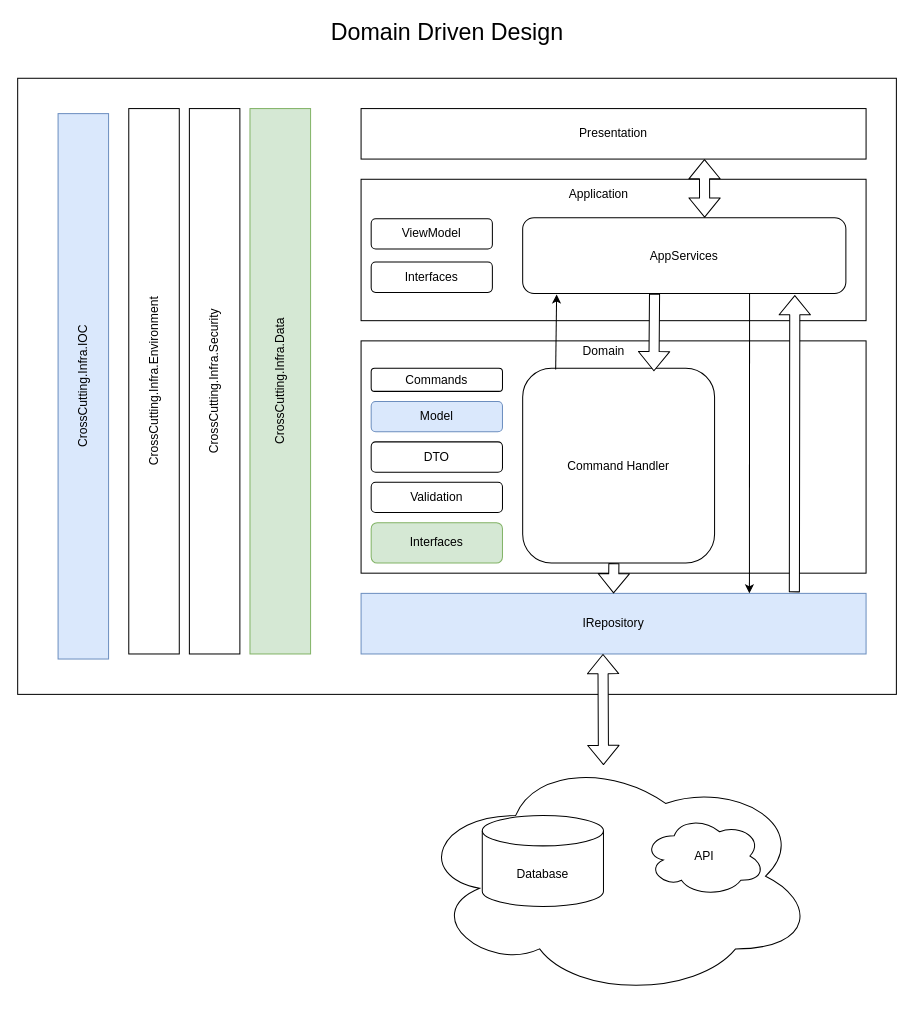
Above: page "DDD" (6 of 9) of docs/Documentation.drawio in jairodemelo/APITest (draw.io), before the change. Source tidied: cells renumbered, new cells numbered last; positions are measured from the earlier drawing's top-left corner, leaving out a move shared by most shapes. Both pictures are drawn from the tidied source at 101%, with x=0, y=0 at pixel (17, 17).
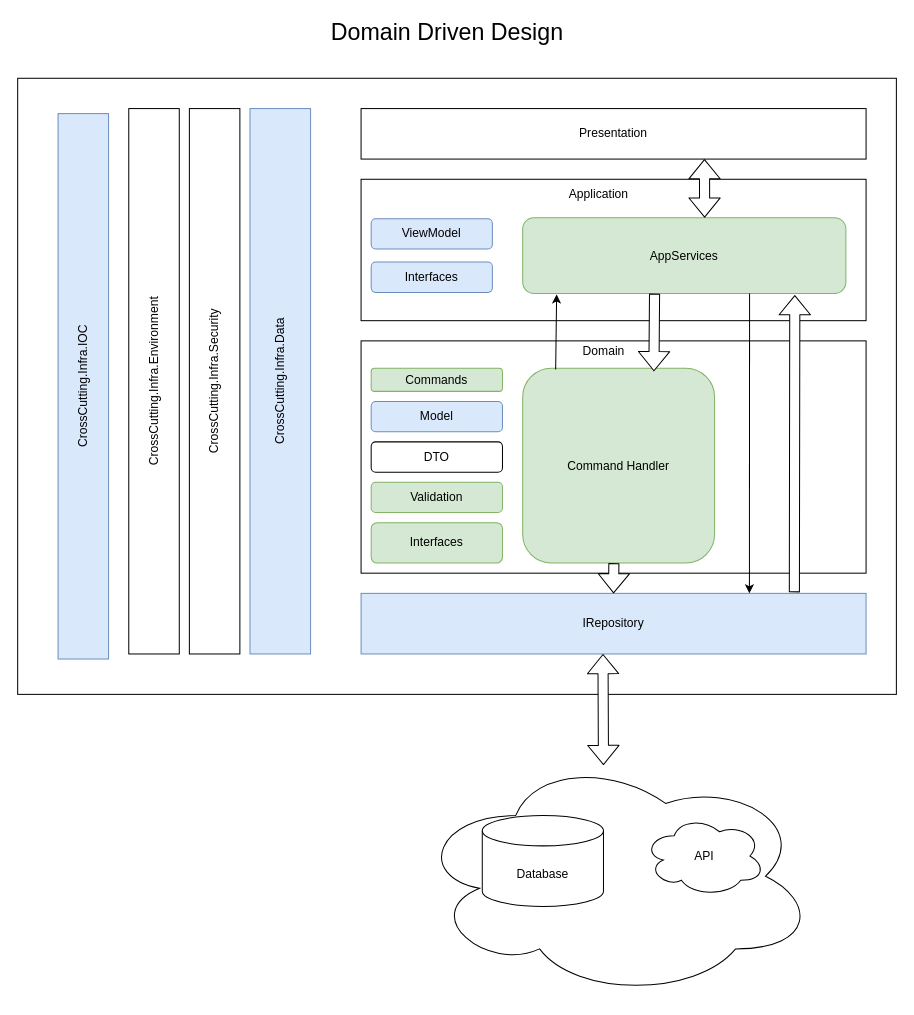
The same page after the edit.

Diff of the diagram source:
```diff
@@
-    <mxCell id="9" value="AppServices" style="rounded=1;whiteSpace=wrap;html=1;fontSize=12;" parent="1" vertex="1">
+    <mxCell id="9" value="AppServices" style="rounded=1;whiteSpace=wrap;html=1;fontSize=12;fillColor=#d5e8d4;strokeColor=#82b366;" parent="1" vertex="1">
       <mxGeometry x="500" y="198" width="320" height="75" as="geometry" />
     </mxCell>
-    <mxCell id="10" value="ViewModel" style="rounded=1;whiteSpace=wrap;html=1;fontSize=12;" parent="1" vertex="1">
+    <mxCell id="10" value="ViewModel" style="rounded=1;whiteSpace=wrap;html=1;fontSize=12;fillColor=#dae8fc;strokeColor=#6c8ebf;" parent="1" vertex="1">
       <mxGeometry x="350" y="199" width="120" height="30" as="geometry" />
     </mxCell>
-    <mxCell id="11" value="Interfaces" style="rounded=1;whiteSpace=wrap;html=1;fontSize=12;" parent="1" vertex="1">
+    <mxCell id="11" value="Interfaces" style="rounded=1;whiteSpace=wrap;html=1;fontSize=12;fillColor=#dae8fc;strokeColor=#6c8ebf;" parent="1" vertex="1">
       <mxGeometry x="350" y="242" width="120" height="30" as="geometry" />
     </mxCell>
@@
-    <mxCell id="16" value="Command Handler" style="rounded=1;whiteSpace=wrap;html=1;fontSize=12;" parent="1" vertex="1">
+    <mxCell id="16" value="Command Handler" style="rounded=1;whiteSpace=wrap;html=1;fontSize=12;fillColor=#d5e8d4;strokeColor=#82b366;" parent="1" vertex="1">
       <mxGeometry x="500" y="347" width="190" height="193" as="geometry" />
     </mxCell>
-    <mxCell id="17" value="Commands" style="rounded=1;whiteSpace=wrap;html=1;fontSize=12;" parent="1" vertex="1">
+    <mxCell id="17" value="Commands" style="rounded=1;whiteSpace=wrap;html=1;fontSize=12;fillColor=#d5e8d4;strokeColor=#82b366;" parent="1" vertex="1">
       <mxGeometry x="350" y="347" width="130" height="23" as="geometry" />
     </mxCell>
-    <mxCell id="18" value="Validation" style="rounded=1;whiteSpace=wrap;html=1;fontSize=12;" parent="1" vertex="1">
+    <mxCell id="18" value="Validation" style="rounded=1;whiteSpace=wrap;html=1;fontSize=12;fillColor=#d5e8d4;strokeColor=#82b366;" parent="1" vertex="1">
       <mxGeometry x="350" y="460" width="130" height="30" as="geometry" />
     </mxCell>
@@
-    <mxCell id="21" value="CrossCutting.Infra.Data" style="rounded=0;whiteSpace=wrap;html=1;fontSize=12;horizontal=0;fillColor=#d5e8d4;strokeColor=#82b366;" parent="1" vertex="1">
+    <mxCell id="21" value="CrossCutting.Infra.Data" style="rounded=0;whiteSpace=wrap;html=1;fontSize=12;horizontal=0;fillColor=#dae8fc;strokeColor=#6c8ebf;" parent="1" vertex="1">
       <mxGeometry x="230" y="90" width="60" height="540" as="geometry" />
     </mxCell>
```
